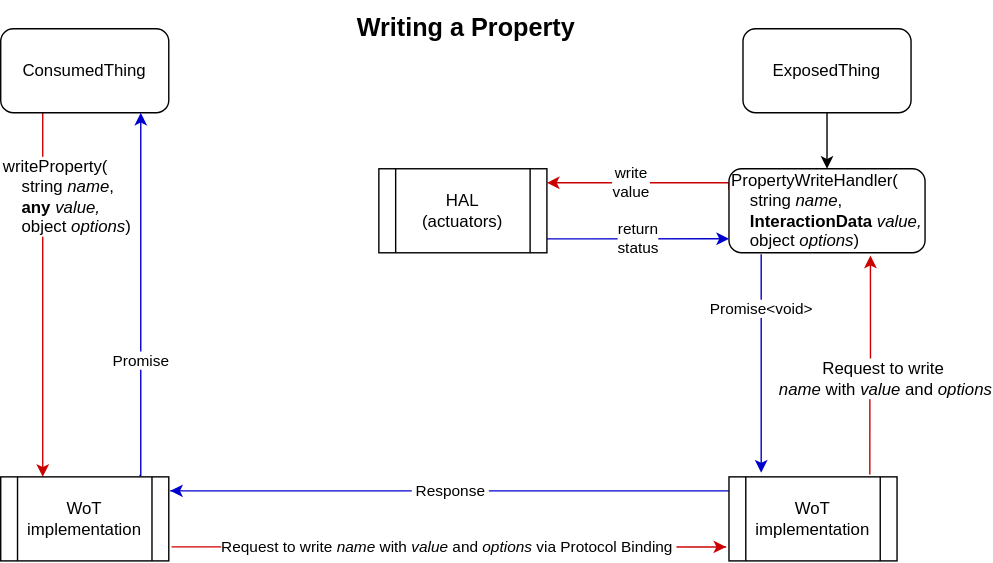
Earlier version of the draw.io export wot-scripting-api/images/scripting-write-data.svg (zolkis/github.io). Source tidied: cells renumbered, new cells last; positions are measured from the earlier drawing's top-left corner, leaving out a move shared by most shapes.
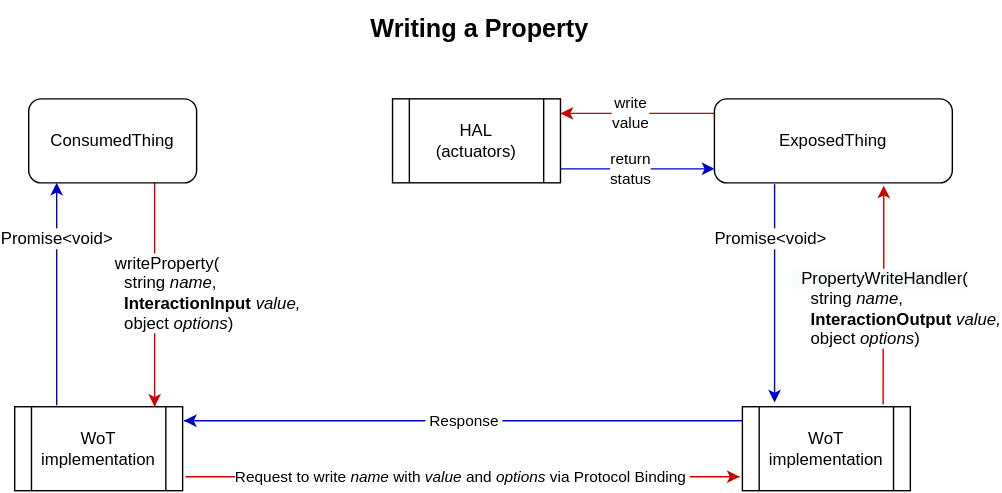
The same diagram one commit later.

Commit message:
WoT Scripting: add InteractionInput and InteractionOutput

Diff of the diagram source:
```diff
@@ -2,11 +2,16 @@
   <root>
     <mxCell id="0" />
     <mxCell id="1" parent="0" />
-    <mxCell id="2" value="&lt;font style=&quot;font-size: 12px&quot;&gt;writeProperty(&lt;br&gt;&amp;nbsp; &amp;nbsp; string &lt;i&gt;name&lt;/i&gt;, &lt;br&gt;&lt;b&gt;&amp;nbsp; &amp;nbsp; any &lt;/b&gt;&lt;i&gt;value,&lt;br&gt;&lt;/i&gt;&amp;nbsp; &amp;nbsp; object &lt;i&gt;options&lt;/i&gt;)&lt;/font&gt;" style="edgeStyle=orthogonalEdgeStyle;rounded=0;jettySize=auto;html=1;exitX=0.25;exitY=1;exitDx=0;exitDy=0;strokeColor=#CC0000;entryX=0.25;entryY=0;entryDx=0;entryDy=0;align=left;" parent="1" edge="1" source="3" target="6">
-      <mxGeometry x="-0.54" y="-30" relative="1" as="geometry" />
+    <mxCell id="2" value="&lt;font style=&quot;font-size: 12px&quot;&gt;writeProperty(&lt;br&gt;&amp;nbsp; string &lt;i&gt;name&lt;/i&gt;, &lt;br&gt;&lt;b&gt;&amp;nbsp; InteractionInput&amp;nbsp;&lt;/b&gt;&lt;i&gt;value,&lt;br&gt;&lt;/i&gt;&amp;nbsp; object &lt;i&gt;options&lt;/i&gt;)&lt;/font&gt;" style="edgeStyle=orthogonalEdgeStyle;rounded=0;jettySize=auto;html=1;exitX=0.75;exitY=1;exitDx=0;exitDy=0;strokeColor=#CC0000;align=left;" parent="1" edge="1" source="3" target="6">
+      <mxGeometry x="-0.01" y="-30" relative="1" as="geometry">
+        <Array as="points">
+          <mxPoint x="100" y="340" />
+          <mxPoint x="100" y="340" />
+        </Array>
+      </mxGeometry>
     </mxCell>
     <mxCell id="3" value="ConsumedThing" style="rounded=1;whiteSpace=wrap;html=1;" parent="1" vertex="1">
-      <mxGeometry y="20" width="120" height="60" as="geometry" />
+      <mxGeometry x="10" y="120" width="120" height="60" as="geometry" />
     </mxCell>
     <mxCell id="4" value="Request to write &lt;i&gt;name&lt;/i&gt; with &lt;i&gt;value&lt;/i&gt; and &lt;i&gt;options&lt;/i&gt; via Protocol Binding&amp;nbsp;" style="edgeStyle=orthogonalEdgeStyle;rounded=0;orthogonalLoop=1;jettySize=auto;html=1;strokeColor=#CC0000;" parent="1" edge="1">
       <mxGeometry relative="1" as="geometry">
@@ -18,24 +23,20 @@
         </Array>
       </mxGeometry>
     </mxCell>
-    <mxCell id="5" value="Promise" style="edgeStyle=orthogonalEdgeStyle;rounded=0;jettySize=auto;html=1;exitX=0.825;exitY=-0.017;exitDx=0;exitDy=0;exitPerimeter=0;strokeColor=#0000CC;" parent="1" edge="1" source="6">
-      <mxGeometry x="-0.36" relative="1" as="geometry">
-        <mxPoint x="100" y="80" as="targetPoint" />
+    <mxCell id="5" value="&lt;font style=&quot;font-size: 12px&quot;&gt;Promise&amp;lt;void&amp;gt;&lt;/font&gt;" style="edgeStyle=orthogonalEdgeStyle;rounded=0;orthogonalLoop=1;jettySize=auto;html=1;strokeColor=#0000CC;" parent="1" edge="1">
+      <mxGeometry x="0.5" relative="1" as="geometry">
+        <mxPoint x="30" y="339" as="sourcePoint" />
+        <mxPoint x="30" y="180" as="targetPoint" />
         <Array as="points">
-          <mxPoint x="100" y="339" />
+          <mxPoint x="30" y="339" />
+          <mxPoint x="30" y="80" />
         </Array>
       </mxGeometry>
     </mxCell>
     <mxCell id="6" value="WoT &lt;br&gt;implementation" style="shape=process;whiteSpace=wrap;html=1;backgroundOutline=1;" parent="1" vertex="1">
       <mxGeometry y="340" width="120" height="60" as="geometry" />
     </mxCell>
-    <mxCell id="7" style="edgeStyle=orthogonalEdgeStyle;rounded=0;jettySize=auto;html=1;exitX=0.5;exitY=1;exitDx=0;exitDy=0;entryX=0.5;entryY=0;entryDx=0;entryDy=0;" parent="1" edge="1" source="8" target="13">
-      <mxGeometry relative="1" as="geometry" />
-    </mxCell>
-    <mxCell id="8" value="ExposedThing" style="rounded=1;whiteSpace=wrap;html=1;" parent="1" vertex="1">
-      <mxGeometry x="530" y="20" width="120" height="60" as="geometry" />
-    </mxCell>
-    <mxCell id="9" value="&lt;font style=&quot;font-size: 12px&quot;&gt;&amp;nbsp;Request to write&amp;nbsp;&lt;br&gt;&amp;nbsp;&lt;i&gt;name&lt;/i&gt;&amp;nbsp;with &lt;i&gt;value&lt;/i&gt;&amp;nbsp;and &lt;i&gt;options&lt;/i&gt;&lt;/font&gt;" style="edgeStyle=orthogonalEdgeStyle;rounded=0;jettySize=auto;html=1;exitX=0.838;exitY=-0.028;exitDx=0;exitDy=0;strokeColor=#CC0000;exitPerimeter=0;" parent="1" edge="1" source="11">
+    <mxCell id="9" value="&lt;div style=&quot;text-align: left&quot;&gt;&lt;span style=&quot;background-color: rgb(248 , 249 , 250) ; font-size: 12px&quot;&gt;&amp;nbsp; PropertyWriteHandler(&lt;/span&gt;&lt;/div&gt;&lt;span style=&quot;font-size: 12px ; background-color: rgb(248 , 249 , 250)&quot;&gt;&lt;div style=&quot;text-align: left&quot;&gt;&amp;nbsp; &amp;nbsp; string&amp;nbsp;&lt;i&gt;name&lt;/i&gt;,&lt;/div&gt;&lt;/span&gt;&lt;b style=&quot;font-size: 12px ; background-color: rgb(248 , 249 , 250)&quot;&gt;&lt;div style=&quot;text-align: left&quot;&gt;&lt;b&gt;&amp;nbsp; &amp;nbsp; InteractionOutput&lt;/b&gt;&lt;span style=&quot;font-weight: normal&quot;&gt;&amp;nbsp;&lt;/span&gt;&lt;i style=&quot;font-weight: normal&quot;&gt;value,&lt;/i&gt;&lt;/div&gt;&lt;/b&gt;&lt;span style=&quot;font-size: 12px ; background-color: rgb(248 , 249 , 250)&quot;&gt;&lt;div style=&quot;text-align: left&quot;&gt;&amp;nbsp; &amp;nbsp; object&amp;nbsp;&lt;i&gt;options&lt;/i&gt;)&lt;/div&gt;&lt;/span&gt;" style="edgeStyle=orthogonalEdgeStyle;rounded=0;jettySize=auto;html=1;exitX=0.838;exitY=-0.028;exitDx=0;exitDy=0;strokeColor=#CC0000;exitPerimeter=0;" parent="1" edge="1" source="11">
       <mxGeometry x="-0.01" y="-13" relative="1" as="geometry">
         <mxPoint x="621" y="182" as="targetPoint" />
         <mxPoint x="-4" y="9" as="offset" />
@@ -54,19 +55,20 @@
     <mxCell id="11" value="WoT &lt;br&gt;implementation" style="shape=process;whiteSpace=wrap;html=1;backgroundOutline=1;" parent="1" vertex="1">
       <mxGeometry x="520" y="340" width="120" height="60" as="geometry" />
     </mxCell>
-    <mxCell id="12" value="write&lt;br&gt;value" style="edgeStyle=orthogonalEdgeStyle;rounded=0;jettySize=auto;html=1;exitX=0;exitY=0.25;exitDx=0;exitDy=0;strokeColor=#CC0000;" parent="1" edge="1" source="13" target="15">
-      <mxGeometry x="0.11" relative="1" as="geometry">
+    <mxCell id="12" value="write&lt;br&gt;value" style="edgeStyle=orthogonalEdgeStyle;rounded=0;jettySize=auto;html=1;exitX=0.004;exitY=0.173;exitDx=0;exitDy=0;strokeColor=#CC0000;exitPerimeter=0;" parent="1" edge="1" source="13" target="15">
+      <mxGeometry x="0.1" relative="1" as="geometry">
         <Array as="points">
-          <mxPoint x="520" y="130" />
+          <mxPoint x="420" y="130" />
+          <mxPoint x="420" y="130" />
         </Array>
       </mxGeometry>
     </mxCell>
-    <mxCell id="13" value="PropertyWriteHandler(&lt;br&gt;&amp;nbsp; &amp;nbsp; string &lt;i&gt;name&lt;/i&gt;,&lt;br&gt;&lt;b&gt;&amp;nbsp; &amp;nbsp; InteractionData&lt;/b&gt; &lt;i&gt;value,&lt;br&gt;&lt;/i&gt;&amp;nbsp; &amp;nbsp; object &lt;i&gt;options&lt;/i&gt;)" style="rounded=1;whiteSpace=wrap;html=1;align=left;" parent="1" vertex="1">
-      <mxGeometry x="520" y="120" width="140" height="60" as="geometry" />
+    <mxCell id="13" value="ExposedThing" style="rounded=1;whiteSpace=wrap;html=1;align=center;" parent="1" vertex="1">
+      <mxGeometry x="500" y="120" width="170" height="60" as="geometry" />
     </mxCell>
     <mxCell id="14" value="return&lt;br&gt;status" style="edgeStyle=orthogonalEdgeStyle;rounded=0;jettySize=auto;html=1;strokeColor=#0000CC;" parent="1" edge="1" source="15">
-      <mxGeometry relative="1" as="geometry">
-        <mxPoint x="520" y="170" as="targetPoint" />
+      <mxGeometry x="-0.09" relative="1" as="geometry">
+        <mxPoint x="500" y="170" as="targetPoint" />
         <Array as="points">
           <mxPoint x="420" y="170" />
           <mxPoint x="420" y="170" />
@@ -82,13 +84,13 @@
         <mxPoint x="543" y="337" as="targetPoint" />
       </mxGeometry>
     </mxCell>
-    <mxCell id="17" value="Promise&amp;lt;void&amp;gt;" style="edgeLabel;html=1;align=center;verticalAlign=middle;" parent="16" vertex="1">
+    <mxCell id="17" value="&lt;font style=&quot;font-size: 12px&quot;&gt;Promise&amp;lt;void&amp;gt;&lt;/font&gt;" style="edgeLabel;html=1;align=center;verticalAlign=middle;" parent="16" vertex="1">
       <mxGeometry x="-0.7" relative="1" as="geometry">
-        <mxPoint y="15.6" as="offset" />
+        <mxPoint x="-3" y="15.5" as="offset" />
       </mxGeometry>
     </mxCell>
     <mxCell id="18" value="&lt;font style=&quot;font-size: 18px&quot;&gt;&lt;b&gt;&amp;nbsp;Writing a Property&lt;/b&gt;&lt;/font&gt;" style="text;html=1;strokeColor=none;fillColor=none;align=center;verticalAlign=middle;whiteSpace=wrap;rounded=0;" parent="1" vertex="1">
-      <mxGeometry x="240" width="180" height="40" as="geometry" />
+      <mxGeometry x="240" y="50" width="180" height="40" as="geometry" />
     </mxCell>
   </root>
 </mxGraphModel>
```
